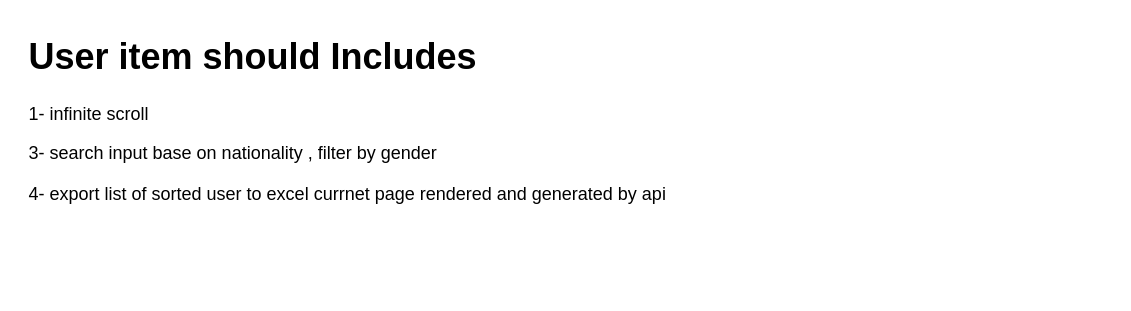
Earlier version of the draw.io diagram .drawio (AMSANJI-WORK/next-task-front-users). Source tidied: cells renumbered, new cells numbered last; positions are measured from the earlier drawing's top-left corner, leaving out a move shared by most shapes. Both pictures are drawn from the tidied source at 150%, with x=0, y=0 at pixel (26, 26).
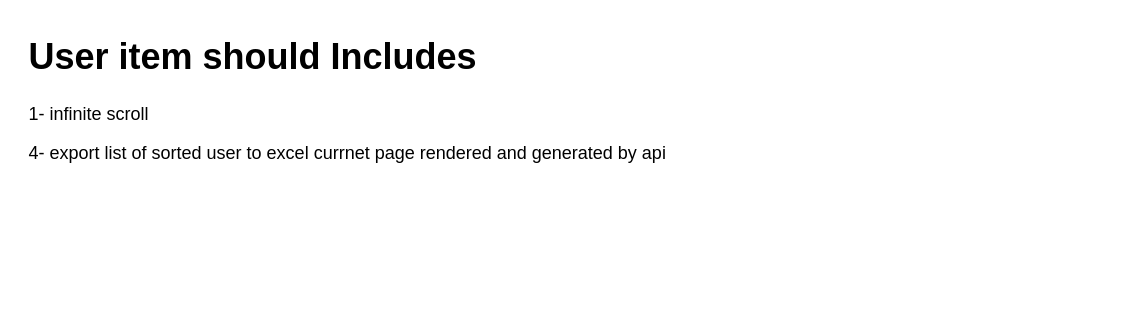
The same diagram, later.

Commit message (it also covers changes not shown here):
fixed user dir structure

Diff of the diagram source:
```diff
@@
 <mxGraphModel>
   <root>
     <mxCell id="0" />
     <mxCell id="1" parent="0" />
-    <mxCell id="2" value="&lt;h1 style=&quot;margin-top: 0px;&quot;&gt;&lt;font style=&quot;color: light-dark(rgb(0, 0, 0), rgb(255, 255, 255));&quot;&gt;User item should Includes&lt;/font&gt;&lt;/h1&gt;&lt;p&gt;&lt;font style=&quot;color: light-dark(rgb(0, 0, 0), rgb(255, 255, 255));&quot;&gt;1- infinite scroll&lt;/font&gt;&lt;/p&gt;&lt;p&gt;&lt;span style=&quot;background-color: transparent;&quot;&gt;3- search input base on nationality , filter by gender&lt;/span&gt;&lt;/p&gt;&lt;p&gt;&lt;span style=&quot;background-color: transparent;&quot;&gt;&lt;font style=&quot;color: light-dark(rgb(0, 0, 0), rgb(255, 255, 255));&quot;&gt;4- export list of sorted user to excel currnet page rendered and generated by api&lt;/font&gt;&lt;/span&gt;&lt;/p&gt;" style="text;html=1;whiteSpace=wrap;overflow=hidden;rounded=0;" parent="1" vertex="1">
+    <mxCell id="2" value="&lt;h1 style=&quot;margin-top: 0px;&quot;&gt;&lt;font style=&quot;color: light-dark(rgb(0, 0, 0), rgb(255, 255, 255));&quot;&gt;User item should Includes&lt;/font&gt;&lt;/h1&gt;&lt;p&gt;&lt;font style=&quot;color: light-dark(rgb(0, 0, 0), rgb(255, 255, 255));&quot;&gt;1- infinite scroll&lt;/font&gt;&lt;/p&gt;&lt;p&gt;&lt;span style=&quot;background-color: transparent;&quot;&gt;4- export list of sorted user to excel currnet page rendered and generated by api&lt;/span&gt;&lt;/p&gt;" style="text;html=1;whiteSpace=wrap;overflow=hidden;rounded=0;" parent="1" vertex="1">
       <mxGeometry width="720" height="170" as="geometry" />
     </mxCell>
   </root>
 </mxGraphModel>
```
